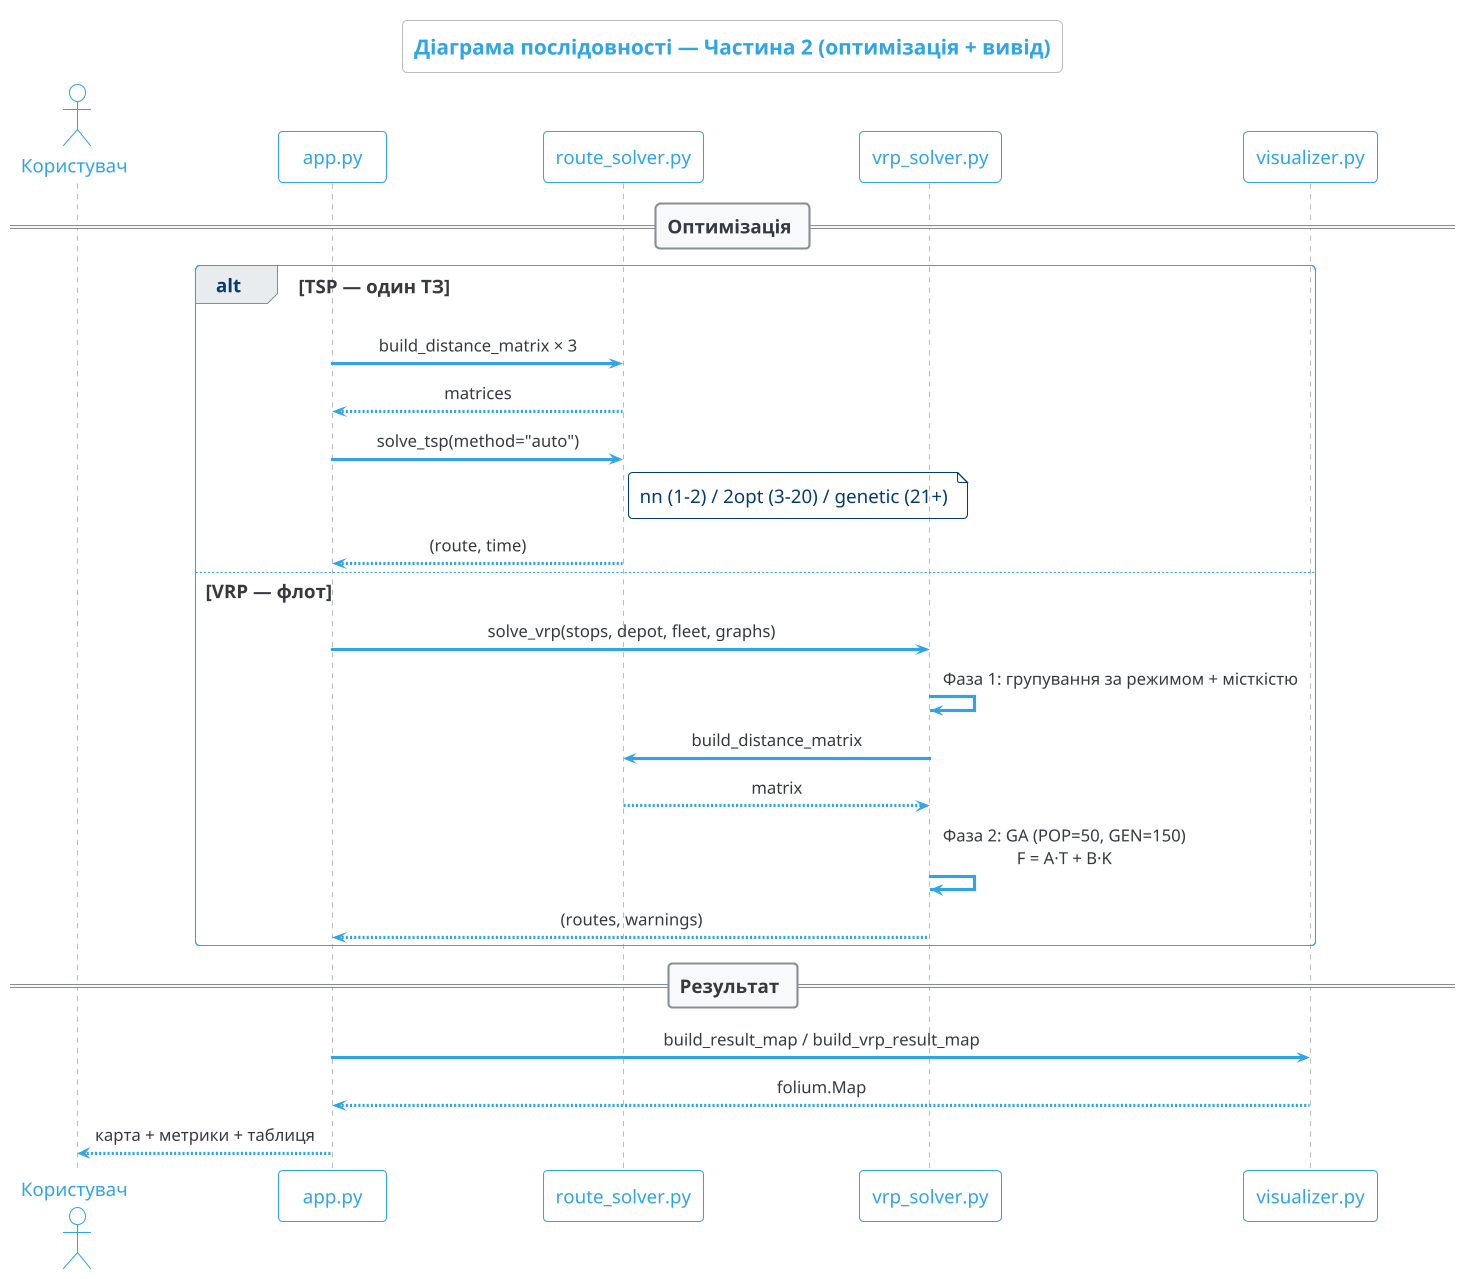
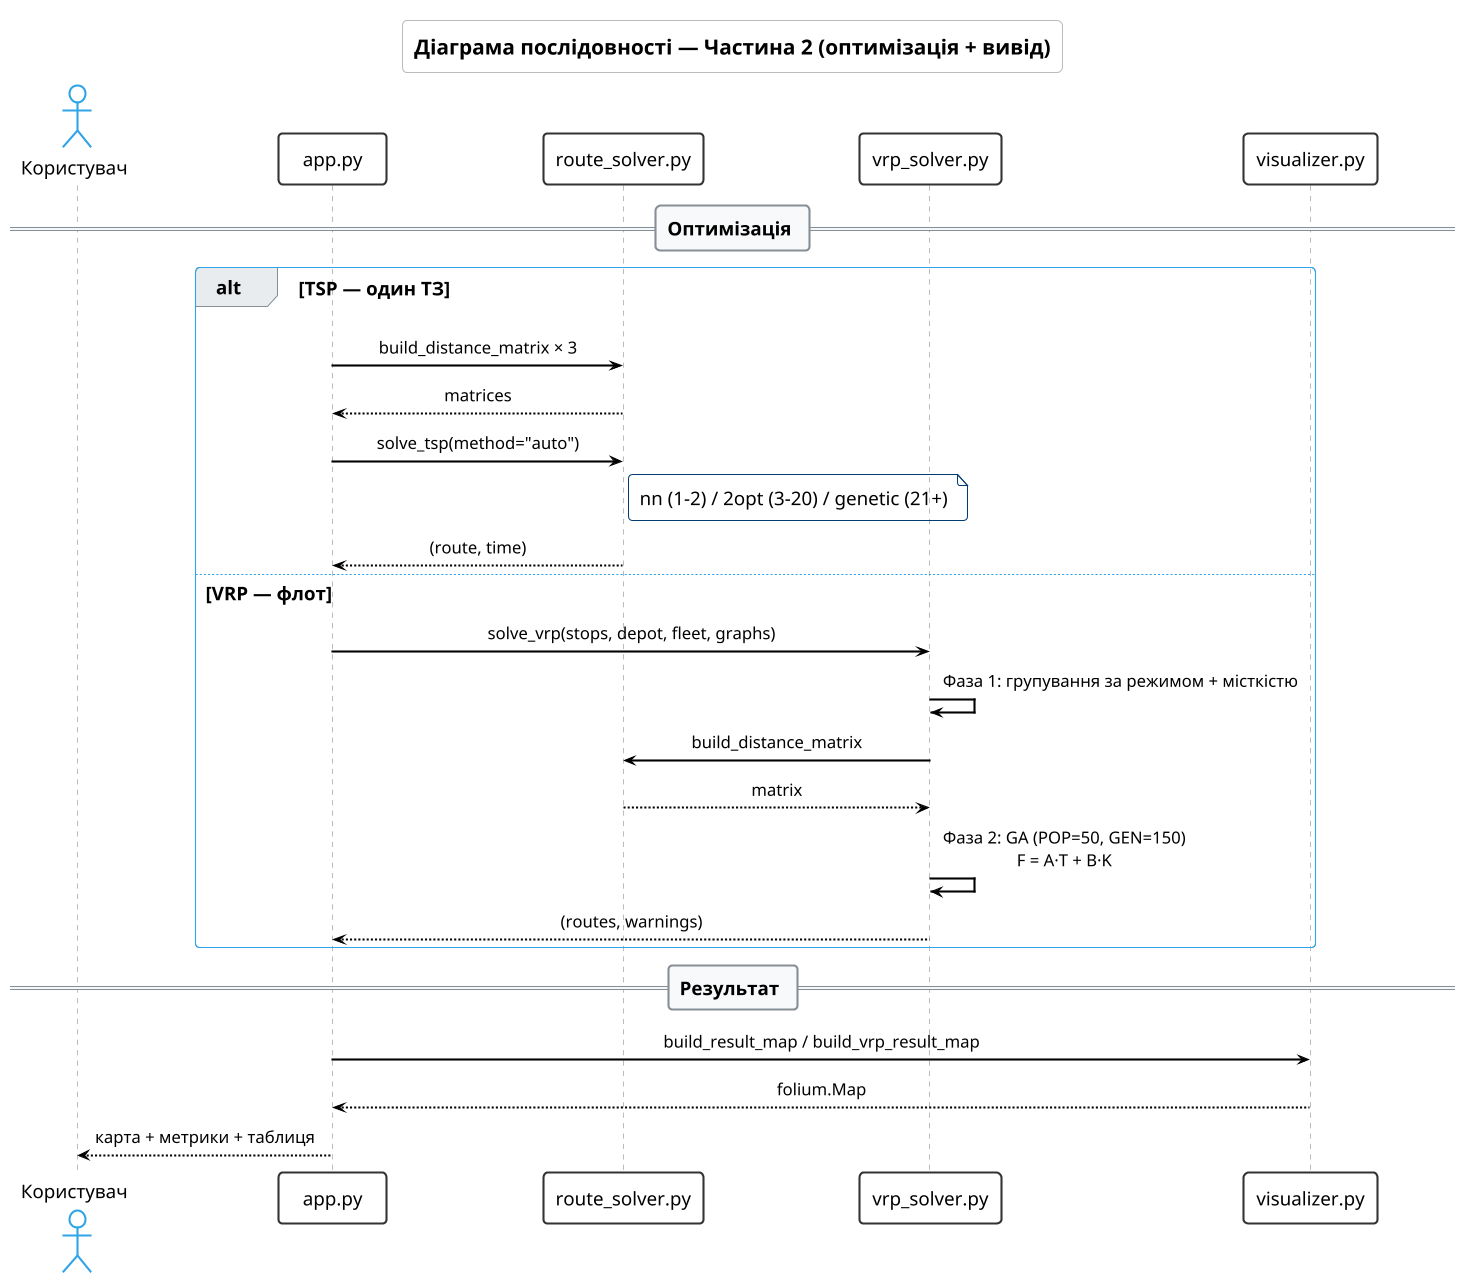
@startuml DeliveryIQ_Optimization_and_Results
!theme cerulean-outline
skinparam sequenceMessageAlign center
skinparam defaultFontSize 18
skinparam ParticipantPadding 70
skinparam BoxPadding 16
skinparam ArrowFontSize 16
skinparam minClassWidth 90
+ skinparam ArrowThickness 2
+ skinparam ParticipantBorderThickness 2
+ skinparam ActorBorderThickness 2
+ skinparam LifeLineBorderThickness 1.5
+ skinparam ArrowColor #000000
+ skinparam ParticipantBorderColor #333333
+ skinparam LifeLineBorderColor #000000
+ skinparam DefaultFontColor #000000
+ 

title Діаграма послідовності — Частина 2 (оптимізація + вивід)

actor       "Користувач" as U
participant "app.py"          as A
participant "route_solver.py" as R
participant "vrp_solver.py"   as V
participant "visualizer.py"   as Z

== Оптимізація ==
alt TSP — один ТЗ
    A -> R : build_distance_matrix × 3
    R --> A : matrices
    A -> R : solve_tsp(method="auto")
    note right of R : nn (1-2) / 2opt (3-20) / genetic (21+)
    R --> A : (route, time)
else VRP — флот
    A -> V : solve_vrp(stops, depot, fleet, graphs)
    V -> V : Фаза 1: групування за режимом + місткістю
    V -> R : build_distance_matrix
    R --> V : matrix
    V -> V : Фаза 2: GA (POP=50, GEN=150)\nF = A·T + B·K
    V --> A : (routes, warnings)
end

== Результат ==
A -> Z : build_result_map / build_vrp_result_map
Z --> A : folium.Map
A --> U : карта + метрики + таблиця

@enduml
